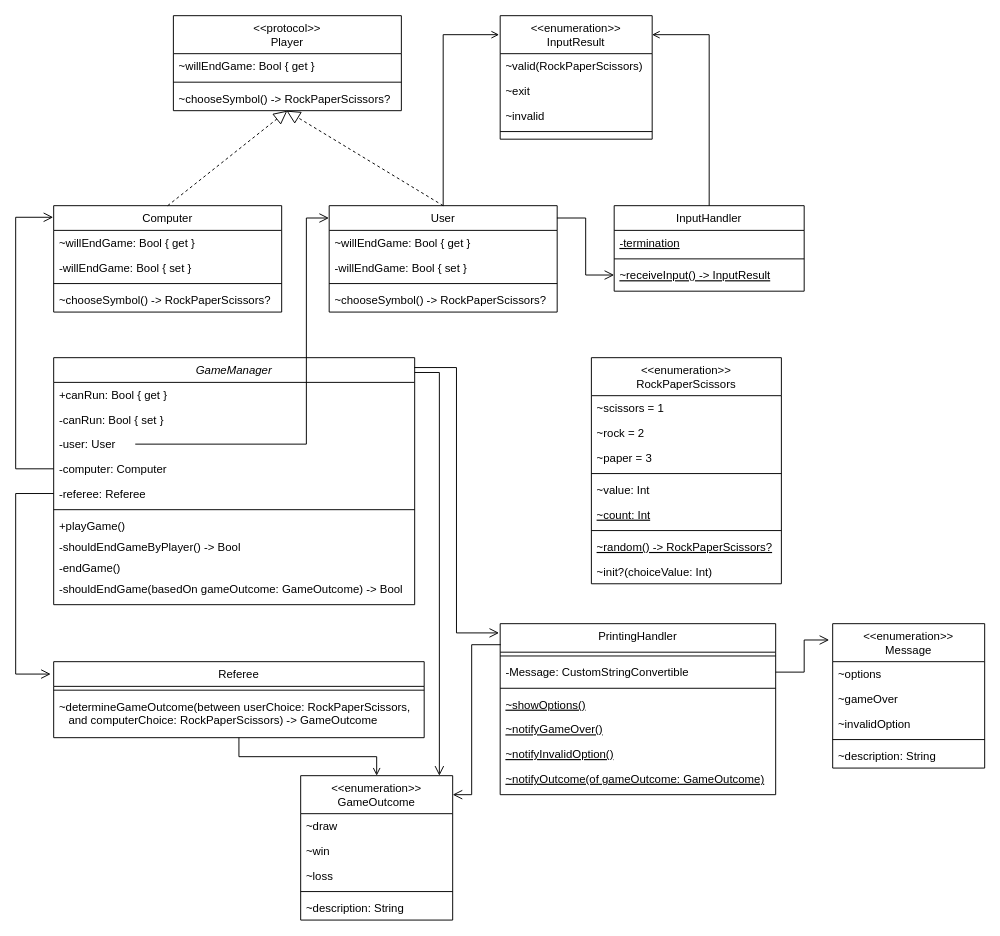
The draw.io diagram docs/Game_RockPaperScissors_ClassDiagram.drawio in tasty-code/ios-rock-scissor-paper, before the edit. Source tidied: cells renumbered, new cells numbered last; positions are measured from the earlier drawing's top-left corner, leaving out a move shared by most shapes. Both pictures are drawn from the tidied source at 95%, with x=0, y=0 at pixel (15, 15).
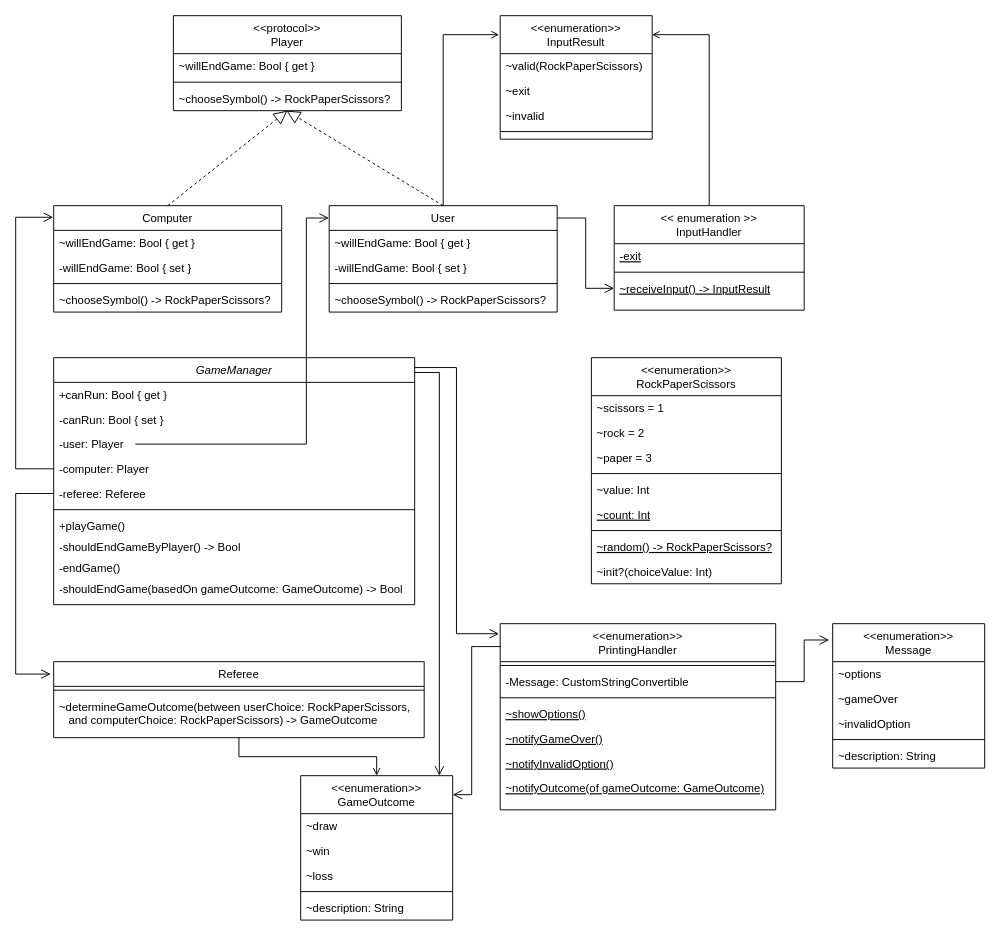
The same diagram, later.

Commit message (it also covers changes not shown here):
docs, refactor: Static 메서드만 있는 구조체를 열거형으로 변경, 클래스 다이어그램 업데이트

Unchanged cells that the change refers to:
```xml
<mxCell id="2" value="GameManager" style="swimlane;fontStyle=2;align=center;verticalAlign=top;horizontal=1;startSize=26;rounded=0;shadow=0;strokeWidth=1;" parent="1" vertex="1">
  <mxGeometry x="40" y="360" width="380" height="260" as="geometry" />
</mxCell>
```

Change to the diagram source:
```diff
@@
-    <mxCell id="5" value="-user: User" style="text;align=left;verticalAlign=top;spacingLeft=4;spacingRight=4;overflow=hidden;points=[[0,0.5],[1,0.5]];portConstraint=eastwest;rounded=0;shadow=0;html=0;" parent="2" vertex="1">
+    <mxCell id="5" value="-user: Player" style="text;align=left;verticalAlign=top;spacingLeft=4;spacingRight=4;overflow=hidden;points=[[0,0.5],[1,0.5]];portConstraint=eastwest;rounded=0;shadow=0;html=0;" parent="2" vertex="1">
       <mxGeometry y="78" width="380" height="26" as="geometry" />
     </mxCell>
-    <mxCell id="6" value="-computer: Computer" style="text;align=left;verticalAlign=top;spacingLeft=4;spacingRight=4;overflow=hidden;points=[[0,0.5],[1,0.5]];portConstraint=eastwest;rounded=0;shadow=0;html=0;" parent="2" vertex="1">
+    <mxCell id="6" value="-computer: Player" style="text;align=left;verticalAlign=top;spacingLeft=4;spacingRight=4;overflow=hidden;points=[[0,0.5],[1,0.5]];portConstraint=eastwest;rounded=0;shadow=0;html=0;" parent="2" vertex="1">
       <mxGeometry y="104" width="380" height="26" as="geometry" />
     </mxCell>
@@
-    <mxCell id="52" value="InputHandler" style="swimlane;fontStyle=0;align=center;verticalAlign=top;horizontal=1;startSize=26;rounded=0;shadow=0;strokeWidth=1;" parent="1" vertex="1">
-      <mxGeometry x="630" y="200" width="200" height="90" as="geometry" />
+    <mxCell id="52" value="&lt;&lt; enumeration &gt;&gt;&#10;InputHandler" style="swimlane;fontStyle=0;align=center;verticalAlign=top;horizontal=1;startSize=40;rounded=0;shadow=0;strokeWidth=1;" parent="1" vertex="1">
+      <mxGeometry x="630" y="200" width="200" height="110" as="geometry" />
     </mxCell>
-    <mxCell id="53" value="-termination" style="text;align=left;verticalAlign=top;spacingLeft=4;spacingRight=4;overflow=hidden;fontStyle=4;" parent="52" vertex="1">
-      <mxGeometry y="26" width="200" height="26" as="geometry" />
+    <mxCell id="53" value="-exit" style="text;align=left;verticalAlign=top;spacingLeft=4;spacingRight=4;overflow=hidden;fontStyle=4;" parent="52" vertex="1">
+      <mxGeometry y="40" width="200" height="26" as="geometry" />
     </mxCell>
     <mxCell id="54" style="line;html=1;strokeWidth=1;align=left;verticalAlign=middle;spacingTop=-1;spacingLeft=3;spacingRight=3;labelPosition=right;" parent="52" vertex="1">
-      <mxGeometry y="52" width="200" height="8" as="geometry" />
+      <mxGeometry y="66" width="200" height="8" as="geometry" />
     </mxCell>
     <mxCell id="55" value="~receiveInput() -&gt; InputResult" style="text;align=left;verticalAlign=top;spacingLeft=4;spacingRight=4;overflow=hidden;points=[[0,0.5],[1,0.5]];portConstraint=eastwest;fontStyle=4;" parent="52" vertex="1">
-      <mxGeometry y="60" width="200" height="26" as="geometry" />
+      <mxGeometry y="74" width="200" height="26" as="geometry" />
     </mxCell>
-    <mxCell id="56" value="PrintingHandler" style="swimlane;fontStyle=0;align=center;verticalAlign=top;horizontal=1;startSize=30;rounded=0;shadow=0;strokeWidth=1;" parent="1" vertex="1">
-      <mxGeometry x="510" y="640" width="290" height="180" as="geometry" />
+    <mxCell id="56" value="&lt;&lt;enumeration&gt;&gt;&#10;PrintingHandler" style="swimlane;fontStyle=0;align=center;verticalAlign=top;horizontal=1;startSize=40;rounded=0;shadow=0;strokeWidth=1;" parent="1" vertex="1">
+      <mxGeometry x="510" y="640" width="290" height="196" as="geometry" />
     </mxCell>
     <mxCell id="57" style="line;html=1;strokeWidth=1;align=left;verticalAlign=middle;spacingTop=-1;spacingLeft=3;spacingRight=3;labelPosition=right;" parent="56" vertex="1">
-      <mxGeometry y="30" width="290" height="8" as="geometry" />
+      <mxGeometry y="40" width="290" height="8" as="geometry" />
     </mxCell>
     <mxCell id="58" value="-Message: CustomStringConvertible" style="text;align=left;verticalAlign=top;spacingLeft=4;spacingRight=4;overflow=hidden;points=[[0,0.5],[1,0.5]];portConstraint=eastwest;" parent="56" vertex="1">
-      <mxGeometry y="38" width="290" height="26" as="geometry" />
+      <mxGeometry y="48" width="290" height="26" as="geometry" />
     </mxCell>
     <mxCell id="59" style="line;html=1;strokeWidth=1;align=left;verticalAlign=middle;spacingTop=-1;spacingLeft=3;spacingRight=3;labelPosition=right;" parent="56" vertex="1">
-      <mxGeometry y="64" width="290" height="8" as="geometry" />
+      <mxGeometry y="74" width="290" height="8" as="geometry" />
     </mxCell>
     <mxCell id="60" value="~showOptions()" style="text;align=left;verticalAlign=top;spacingLeft=4;spacingRight=4;overflow=hidden;fontStyle=4;" parent="56" vertex="1">
-      <mxGeometry y="72" width="290" height="26" as="geometry" />
+      <mxGeometry y="82" width="290" height="26" as="geometry" />
     </mxCell>
     <mxCell id="61" value="~notifyGameOver()" style="text;align=left;verticalAlign=top;spacingLeft=4;spacingRight=4;overflow=hidden;fontStyle=4;" parent="56" vertex="1">
-      <mxGeometry y="98" width="290" height="26" as="geometry" />
+      <mxGeometry y="108" width="290" height="26" as="geometry" />
     </mxCell>
     <mxCell id="62" value="~notifyInvalidOption()" style="text;align=left;verticalAlign=top;spacingLeft=4;spacingRight=4;overflow=hidden;fontStyle=4;" parent="56" vertex="1">
-      <mxGeometry y="124" width="290" height="26" as="geometry" />
+      <mxGeometry y="134" width="290" height="26" as="geometry" />
     </mxCell>
     <mxCell id="63" value="~notifyOutcome(of gameOutcome: GameOutcome)" style="text;align=left;verticalAlign=top;spacingLeft=4;spacingRight=4;overflow=hidden;fontStyle=4;" parent="56" vertex="1">
-      <mxGeometry y="150" width="290" height="26" as="geometry" />
+      <mxGeometry y="160" width="290" height="26" as="geometry" />
     </mxCell>
```
